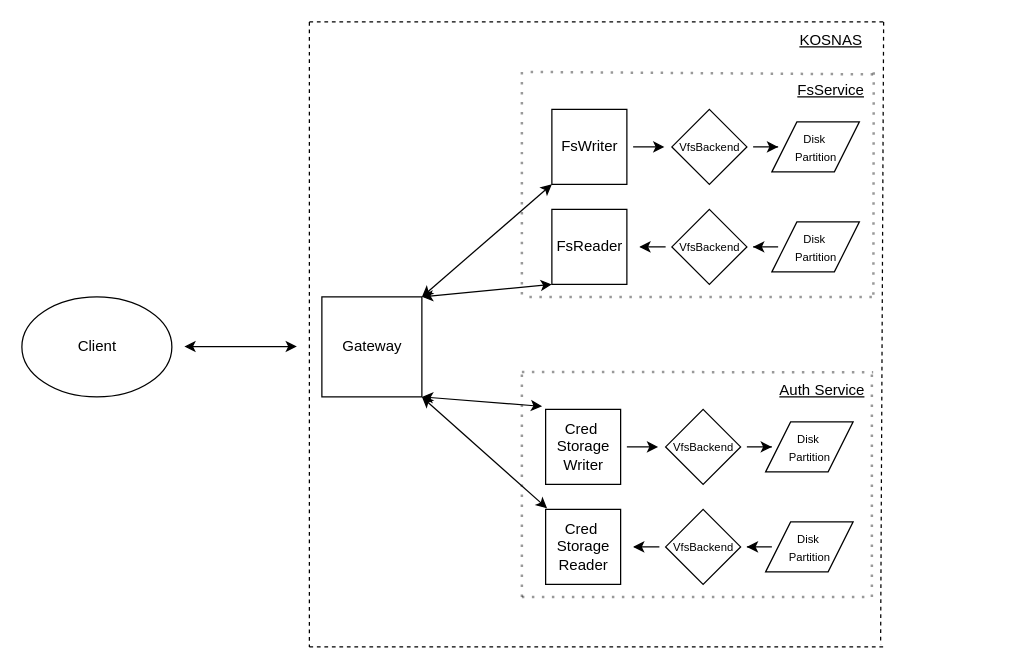
This is assets/NAS Arch.drawio from Iroh-5/kosnas, a draw.io file, before an edit. Source tidied: cells renumbered, new cells numbered last; positions are measured from the earlier drawing's top-left corner, leaving out a move shared by most shapes. Both pictures are drawn from the tidied source at 125%, with x=0, y=0 at pixel (21, 21).
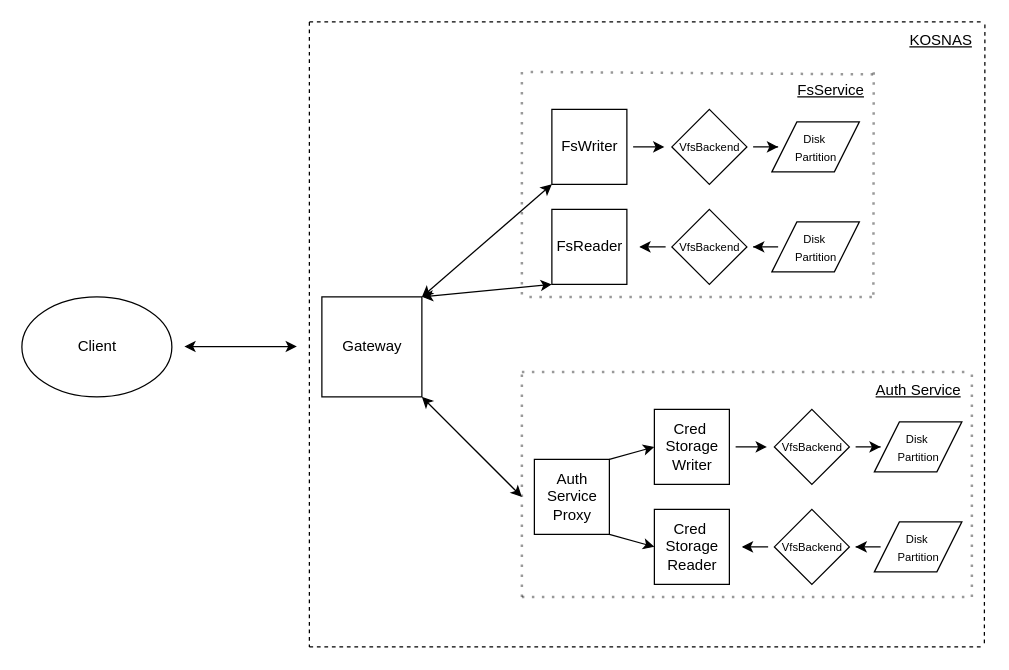
After the change.

The change refers to these unchanged cells:
```xml
<mxCell id="2" style="whiteSpace=wrap;html=1;" parent="1" vertex="1">
  <mxGeometry x="240" y="220" width="80" height="80" as="geometry" />
</mxCell>
```

Change to the diagram source:
```diff
@@
+    <mxCell id="58" style="whiteSpace=wrap;html=1;" parent="1" vertex="1">
+      <mxGeometry x="410" y="350" width="60" height="60" as="geometry" />
+    </mxCell>
     <mxCell id="28" style="whiteSpace=wrap;html=1;" parent="1" vertex="1">
-      <mxGeometry x="419" y="310" width="60" height="60" as="geometry" />
+      <mxGeometry x="506" y="310" width="60" height="60" as="geometry" />
     </mxCell>
     <mxCell id="29" style="whiteSpace=wrap;html=1;" parent="1" vertex="1">
-      <mxGeometry x="419" y="390" width="60" height="60" as="geometry" />
+      <mxGeometry x="506" y="390" width="60" height="60" as="geometry" />
     </mxCell>
     <mxCell id="30" style="rhombus;whiteSpace=wrap;html=1;" parent="1" vertex="1">
-      <mxGeometry x="515" y="310" width="60" height="60" as="geometry" />
+      <mxGeometry x="602" y="310" width="60" height="60" as="geometry" />
     </mxCell>
     <mxCell id="31" style="rhombus;whiteSpace=wrap;html=1;" parent="1" vertex="1">
-      <mxGeometry x="515" y="390" width="60" height="60" as="geometry" />
+      <mxGeometry x="602" y="390" width="60" height="60" as="geometry" />
     </mxCell>
     <mxCell id="32" style="shape=parallelogram;perimeter=parallelogramPerimeter;whiteSpace=wrap;html=1;fixedSize=1;" parent="1" vertex="1">
-      <mxGeometry x="595" y="320" width="70" height="40" as="geometry" />
+      <mxGeometry x="682" y="320" width="70" height="40" as="geometry" />
     </mxCell>
     <mxCell id="33" style="shape=parallelogram;perimeter=parallelogramPerimeter;whiteSpace=wrap;html=1;fixedSize=1;" parent="1" vertex="1">
-      <mxGeometry x="595" y="400" width="70" height="40" as="geometry" />
+      <mxGeometry x="682" y="400" width="70" height="40" as="geometry" />
     </mxCell>
     <mxCell id="34" style="edgeStyle=orthogonalEdgeStyle;rounded=0;orthogonalLoop=1;jettySize=auto;html=1;" parent="1" edge="1">
       <mxGeometry relative="1" as="geometry">
-        <mxPoint x="484" y="340" as="sourcePoint" />
-        <mxPoint x="509" y="340" as="targetPoint" />
+        <mxPoint x="571" y="340" as="sourcePoint" />
+        <mxPoint x="596" y="340" as="targetPoint" />
       </mxGeometry>
     </mxCell>
@@
     <mxCell id="36" value="&lt;font style=&quot;font-size: 9px;&quot;&gt;VfsBackend&lt;/font&gt;" style="text;html=1;align=center;verticalAlign=middle;points=[];strokeColor=none;fillColor=none;" parent="1" vertex="1">
-      <mxGeometry x="510" y="325" width="70" height="30" as="geometry" />
+      <mxGeometry x="597" y="325" width="70" height="30" as="geometry" />
     </mxCell>
     <mxCell id="37" style="edgeStyle=orthogonalEdgeStyle;rounded=0;jettySize=auto;html=1;" parent="1" edge="1" source="38">
       <mxGeometry relative="1" as="geometry">
-        <mxPoint x="489" y="420" as="targetPoint" />
+        <mxPoint x="576" y="420" as="targetPoint" />
       </mxGeometry>
     </mxCell>
     <mxCell id="38" value="&lt;font style=&quot;font-size: 9px;&quot;&gt;VfsBackend&lt;/font&gt;" style="text;html=1;align=center;verticalAlign=middle;points=[];strokeColor=none;fillColor=none;" parent="1" vertex="1">
-      <mxGeometry x="510" y="405" width="70" height="30" as="geometry" />
+      <mxGeometry x="597" y="405" width="70" height="30" as="geometry" />
     </mxCell>
     <mxCell id="39" value="&lt;font style=&quot;font-size: 9px;&quot;&gt;Disk&lt;/font&gt;&lt;font style=&quot;font-size: 8px;&quot;&gt;&amp;nbsp;&lt;/font&gt;&lt;div&gt;&lt;font style=&quot;font-size: 9px;&quot;&gt;Partition&lt;/font&gt;&lt;/div&gt;" style="text;html=1;align=center;verticalAlign=middle;points=[];strokeColor=none;fillColor=none;" parent="1" vertex="1">
-      <mxGeometry x="600" y="320" width="60" height="40" as="geometry" />
+      <mxGeometry x="687" y="320" width="60" height="40" as="geometry" />
     </mxCell>
@@
     <mxCell id="41" value="&lt;font style=&quot;font-size: 9px;&quot;&gt;Disk&lt;/font&gt;&lt;font style=&quot;font-size: 8px;&quot;&gt;&amp;nbsp;&lt;/font&gt;&lt;div&gt;&lt;font style=&quot;font-size: 9px;&quot;&gt;Partition&lt;/font&gt;&lt;/div&gt;" style="text;html=1;align=center;verticalAlign=middle;points=[];strokeColor=none;fillColor=none;" parent="1" vertex="1">
-      <mxGeometry x="600" y="400" width="60" height="40" as="geometry" />
+      <mxGeometry x="687" y="400" width="60" height="40" as="geometry" />
     </mxCell>
+    <mxCell id="59" style="endArrow=classic;html=1;rounded=0;exitX=1;exitY=0;exitDx=0;exitDy=0;entryX=0;entryY=0.5;entryDx=0;entryDy=0;" parent="1" edge="1" source="58" target="28">
+      <mxGeometry relative="1" as="geometry" />
+    </mxCell>
+    <mxCell id="60" style="endArrow=classic;html=1;rounded=0;exitX=1;exitY=1;exitDx=0;exitDy=0;entryX=0;entryY=0.5;entryDx=0;entryDy=0;" parent="1" edge="1" source="58" target="29">
+      <mxGeometry relative="1" as="geometry" />
+    </mxCell>
+    <mxCell id="61" value="Auth&lt;div&gt;Service&lt;/div&gt;&lt;div&gt;Proxy&lt;/div&gt;" style="text;html=1;align=center;verticalAlign=middle;strokeColor=none;fillColor=none;" parent="1" vertex="1">
+      <mxGeometry x="410" y="350" width="60" height="60" as="geometry" />
+    </mxCell>
     <mxCell id="42" value="Cred&amp;nbsp;&lt;div&gt;Storage&lt;div&gt;Writer&lt;/div&gt;&lt;/div&gt;" style="text;html=1;align=center;verticalAlign=middle;points=[];strokeColor=none;fillColor=none;" parent="1" vertex="1">
-      <mxGeometry x="414" y="310" width="70" height="60" as="geometry" />
+      <mxGeometry x="501" y="310" width="70" height="60" as="geometry" />
     </mxCell>
     <mxCell id="43" value="Cred&amp;nbsp;&lt;div&gt;Storage&lt;div&gt;Reader&lt;/div&gt;&lt;/div&gt;" style="text;html=1;align=center;verticalAlign=middle;points=[];strokeColor=none;fillColor=none;" parent="1" vertex="1">
-      <mxGeometry x="414" y="390" width="70" height="60" as="geometry" />
+      <mxGeometry x="501" y="390" width="70" height="60" as="geometry" />
     </mxCell>
@@
     <mxCell id="45" style="endArrow=none;dashed=1;html=1;dashPattern=1 3;strokeWidth=2;rounded=0;textOpacity=0;opacity=40;" parent="1" edge="1">
       <mxGeometry relative="1" as="geometry">
-        <mxPoint x="680" y="460" as="sourcePoint" />
-        <mxPoint x="680" y="280" as="targetPoint" />
+        <mxPoint x="760" y="460" as="sourcePoint" />
+        <mxPoint x="760" y="280" as="targetPoint" />
       </mxGeometry>
     </mxCell>
     <mxCell id="46" style="endArrow=none;dashed=1;html=1;dashPattern=1 3;strokeWidth=2;rounded=0;textOpacity=90;fontColor=#00FFFF;opacity=40;" parent="1" edge="1">
       <mxGeometry relative="1" as="geometry">
         <mxPoint x="400" y="460" as="sourcePoint" />
-        <mxPoint x="680" y="460" as="targetPoint" />
+        <mxPoint x="760" y="460" as="targetPoint" />
       </mxGeometry>
     </mxCell>
-    <mxCell id="47" style="endArrow=none;dashed=1;html=1;dashPattern=1 3;strokeWidth=2;rounded=0;labelBackgroundColor=default;fontColor=default;opacity=40;entryX=0.956;entryY=0.013;entryDx=0;entryDy=0;entryPerimeter=0;" parent="1" edge="1" target="48">
+    <mxCell id="47" style="endArrow=none;dashed=1;html=1;dashPattern=1 3;strokeWidth=2;rounded=0;labelBackgroundColor=default;fontColor=default;opacity=40;" parent="1" edge="1">
       <mxGeometry relative="1" as="geometry">
         <mxPoint x="400" y="280" as="sourcePoint" />
+        <mxPoint x="760" y="280" as="targetPoint" />
       </mxGeometry>
     </mxCell>
     <mxCell id="48" value="Auth Service" style="text;html=1;align=center;verticalAlign=middle;points=[];strokeColor=none;fillColor=none;fontStyle=4;" parent="1" vertex="1">
-      <mxGeometry x="595" y="280" width="90" height="30" as="geometry" />
+      <mxGeometry x="672" y="280" width="90" height="30" as="geometry" />
     </mxCell>
-    <mxCell id="49" style="endArrow=classic;startArrow=classic;html=1;rounded=0;exitX=1;exitY=1;exitDx=0;exitDy=0;entryX=0.031;entryY=-0.04;entryDx=0;entryDy=0;entryPerimeter=0;" parent="1" edge="1" source="2" target="42">
-      <mxGeometry relative="1" as="geometry" />
+    <mxCell id="49" style="endArrow=classic;startArrow=classic;html=1;rounded=0;exitX=1;exitY=1;exitDx=0;exitDy=0;" parent="1" edge="1" source="2">
+      <mxGeometry relative="1" as="geometry">
+        <mxPoint x="400" y="380" as="targetPoint" />
+      </mxGeometry>
     </mxCell>
     <mxCell id="50" style="endArrow=none;dashed=1;html=1;rounded=0;" parent="1" edge="1">
       <mxGeometry relative="1" as="geometry">
         <mxPoint x="230" y="500" as="sourcePoint" />
-        <mxPoint x="690" y="500" as="targetPoint" />
+        <mxPoint x="770" y="500" as="targetPoint" />
       </mxGeometry>
     </mxCell>
     <mxCell id="51" style="endArrow=none;dashed=1;html=1;rounded=0;" parent="1" edge="1">
       <mxGeometry relative="1" as="geometry">
         <mxPoint x="230" as="sourcePoint" />
-        <mxPoint x="690" as="targetPoint" />
+        <mxPoint x="770" as="targetPoint" />
       </mxGeometry>
     </mxCell>
-    <mxCell id="52" style="endArrow=none;dashed=1;html=1;rounded=0;exitX=1.006;exitY=0.067;exitDx=0;exitDy=0;exitPerimeter=0;" parent="1" edge="1">
+    <mxCell id="52" style="endArrow=none;dashed=1;html=1;rounded=0;exitX=1.006;exitY=0.067;exitDx=0;exitDy=0;exitPerimeter=0;" parent="1" edge="1" source="53">
       <mxGeometry relative="1" as="geometry">
-        <mxPoint x="689.4" as="sourcePoint" />
-        <mxPoint x="687" y="498" as="targetPoint" />
+        <mxPoint x="770" y="500" as="targetPoint" />
       </mxGeometry>
     </mxCell>
     <mxCell id="53" value="KOSNAS" style="text;html=1;align=center;verticalAlign=middle;points=[];strokeColor=none;fillColor=none;fontStyle=4;" parent="1" vertex="1">
-      <mxGeometry x="612" width="70" height="30" as="geometry" />
+      <mxGeometry x="700" width="70" height="30" as="geometry" />
     </mxCell>
@@
-    <mxCell id="57" style="endArrow=classic;startArrow=classic;html=1;rounded=0;entryX=0.089;entryY=-0.013;entryDx=0;entryDy=0;entryPerimeter=0;" parent="1" edge="1" target="43">
-      <mxGeometry relative="1" as="geometry">
-        <mxPoint x="320" y="300" as="sourcePoint" />
-      </mxGeometry>
-    </mxCell>
```
